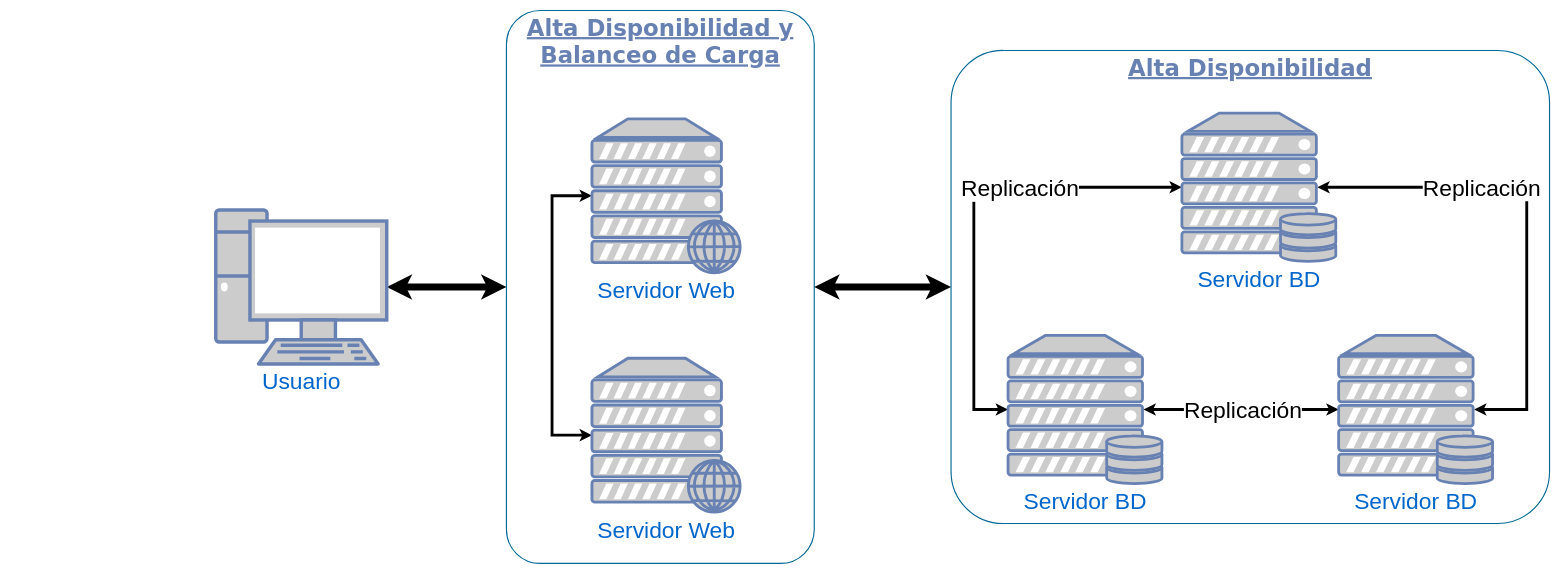
Before: Untitled Diagram.drawio in santiagojara/backend-test, a draw.io diagram. Source tidied: cells renumbered, new cells numbered last; positions are measured from the earlier drawing's top-left corner, leaving out a move shared by most shapes. Both pictures are drawn from the tidied source at 57%, with x=0, y=0 at pixel (215, 10).
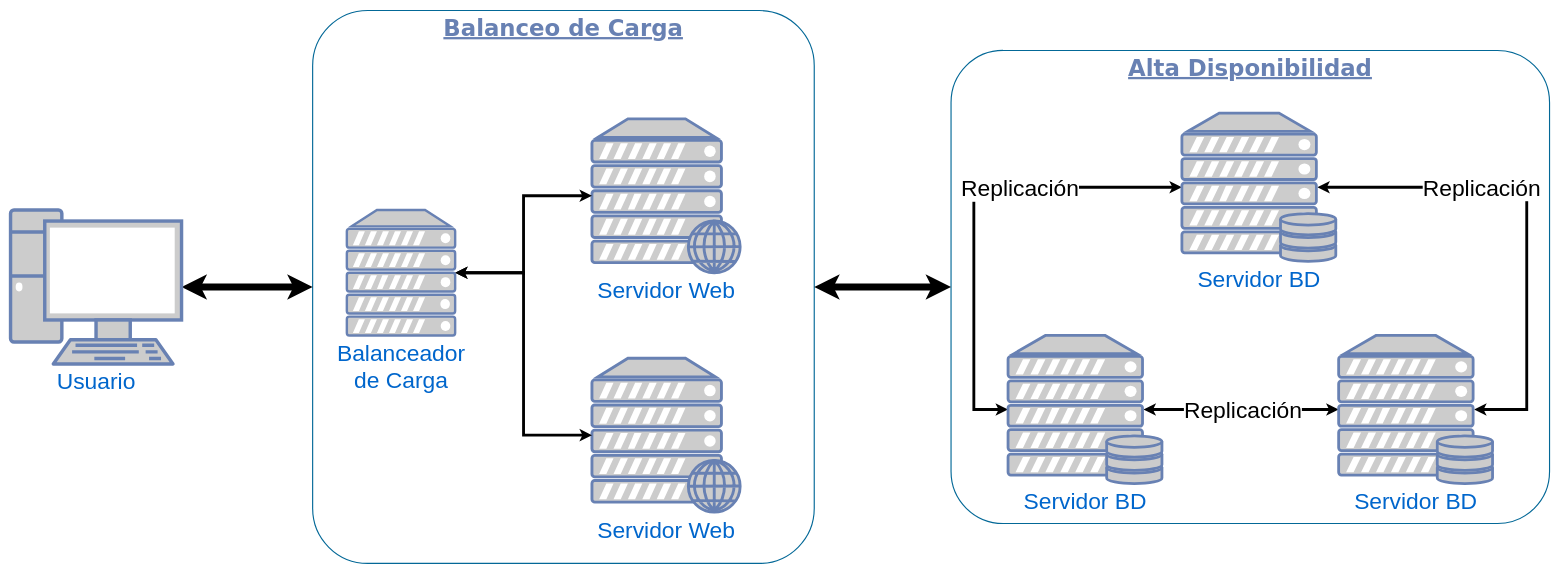
The same diagram, later.

Unchanged cells that the change refers to:
```xml
<mxCell id="12" value="Servidor Web" style="fontColor=#0066CC;verticalAlign=top;verticalLabelPosition=bottom;labelPosition=center;align=center;html=1;outlineConnect=0;fillColor=#CCCCCC;strokeColor=#6881B3;gradientColor=none;gradientDirection=north;strokeWidth=2;shape=mxgraph.networks.web_server;fontSize=40;" parent="1" vertex="1">
  <mxGeometry x="660" y="190" width="260" height="270" as="geometry" />
</mxCell>
<mxCell id="13" value="Servidor Web" style="fontColor=#0066CC;verticalAlign=top;verticalLabelPosition=bottom;labelPosition=center;align=center;html=1;outlineConnect=0;fillColor=#CCCCCC;strokeColor=#6881B3;gradientColor=none;gradientDirection=north;strokeWidth=2;shape=mxgraph.networks.web_server;fontSize=40;" parent="1" vertex="1">
  <mxGeometry x="660" y="610" width="260" height="270" as="geometry" />
</mxCell>
```

Change to the diagram source:
```diff
@@
+    <mxCell id="3" value="&lt;font style=&quot;font-size: 40px;&quot;&gt;&lt;b&gt;&lt;u&gt;Balanceo de Carga&lt;/u&gt;&lt;/b&gt;&lt;/font&gt;" style="rounded=1;whiteSpace=wrap;html=1;shadow=0;comic=0;strokeColor=#036897;strokeWidth=2;fillColor=none;fontFamily=Verdana;fontSize=28;fontColor=#6881B3;align=center;arcSize=11;verticalAlign=top;" parent="1" vertex="1">
+      <mxGeometry x="170" width="880" height="970" as="geometry" />
+    </mxCell>
@@
-    <mxCell id="3" value="&lt;font style=&quot;font-size: 40px;&quot;&gt;&lt;b&gt;&lt;u&gt;Alta Disponibilidad y Balanceo de Carga&lt;/u&gt;&lt;/b&gt;&lt;/font&gt;" style="rounded=1;whiteSpace=wrap;html=1;shadow=0;comic=0;strokeColor=#036897;strokeWidth=2;fillColor=none;fontFamily=Verdana;fontSize=28;fontColor=#6881B3;align=center;arcSize=11;verticalAlign=top;" parent="1" vertex="1">
-      <mxGeometry x="510" width="540" height="970" as="geometry" />
-    </mxCell>
@@
     <mxCell id="10" value="&lt;font style=&quot;font-size: 40px;&quot;&gt;Usuario&lt;/font&gt;" style="fontColor=#0066CC;verticalAlign=top;verticalLabelPosition=bottom;labelPosition=center;align=center;html=1;fillColor=#CCCCCC;strokeColor=#6881B3;gradientColor=none;gradientDirection=north;strokeWidth=2;shape=mxgraph.networks.pc;rounded=0;shadow=0;comic=0;" parent="1" vertex="1">
-      <mxGeometry y="350" width="300" height="270" as="geometry" />
+      <mxGeometry x="-360" y="350" width="300" height="270" as="geometry" />
     </mxCell>
-    <mxCell id="11" style="edgeStyle=orthogonalEdgeStyle;rounded=0;jettySize=auto;html=1;exitX=0;exitY=0.5;exitDx=0;exitDy=0;exitPerimeter=0;entryX=0;entryY=0.5;entryDx=0;entryDy=0;entryPerimeter=0;strokeWidth=5;fontSize=40;startArrow=classic;startFill=1;" parent="1" edge="1" source="12" target="13">
-      <mxGeometry relative="1" as="geometry">
-        <Array as="points">
-          <mxPoint x="590" y="325" />
-          <mxPoint x="590" y="745" />
-        </Array>
-      </mxGeometry>
-    </mxCell>
@@
+    <mxCell id="19" style="edgeStyle=orthogonalEdgeStyle;rounded=0;jettySize=auto;html=1;exitX=1;exitY=0.5;exitDx=0;exitDy=0;exitPerimeter=0;entryX=0;entryY=0.5;entryDx=0;entryDy=0;entryPerimeter=0;strokeWidth=5;fontSize=40;startArrow=classic;startFill=1;" parent="1" edge="1" source="21" target="12">
+      <mxGeometry relative="1" as="geometry" />
+    </mxCell>
+    <mxCell id="20" style="edgeStyle=orthogonalEdgeStyle;rounded=0;jettySize=auto;html=1;exitX=1;exitY=0.5;exitDx=0;exitDy=0;exitPerimeter=0;entryX=0;entryY=0.5;entryDx=0;entryDy=0;entryPerimeter=0;strokeWidth=5;fontSize=40;startArrow=classic;startFill=1;" parent="1" edge="1" source="21" target="13">
+      <mxGeometry relative="1" as="geometry" />
+    </mxCell>
+    <mxCell id="21" value="Balanceador &lt;br&gt;de Carga" style="fontColor=#0066CC;verticalAlign=top;verticalLabelPosition=bottom;labelPosition=center;align=center;html=1;outlineConnect=0;fillColor=#CCCCCC;strokeColor=#6881B3;gradientColor=none;gradientDirection=north;strokeWidth=2;shape=mxgraph.networks.server;fontSize=40;" parent="1" vertex="1">
+      <mxGeometry x="230" y="350" width="190" height="220" as="geometry" />
+    </mxCell>
```
